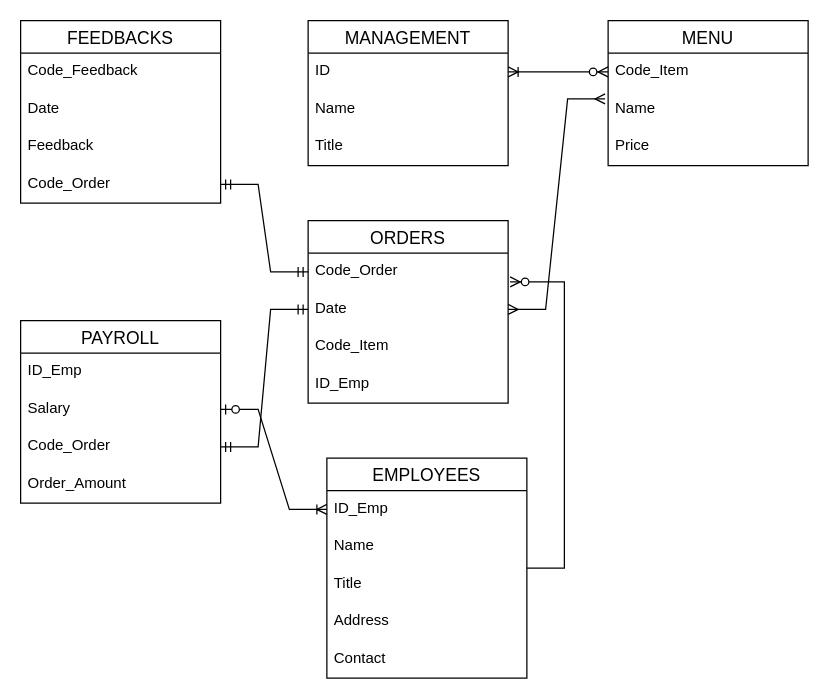
ysebega/ysebega keeps this draw.io diagram as page "ER Diagram" (5 of 5) of canteen_management.drawio. Above is the earlier version. Source tidied: cells renumbered, new cells numbered last; positions are measured from the earlier drawing's top-left corner, leaving out a move shared by most shapes. Both pictures are drawn from the tidied source at 125%, with x=0, y=0 at pixel (20, 20).
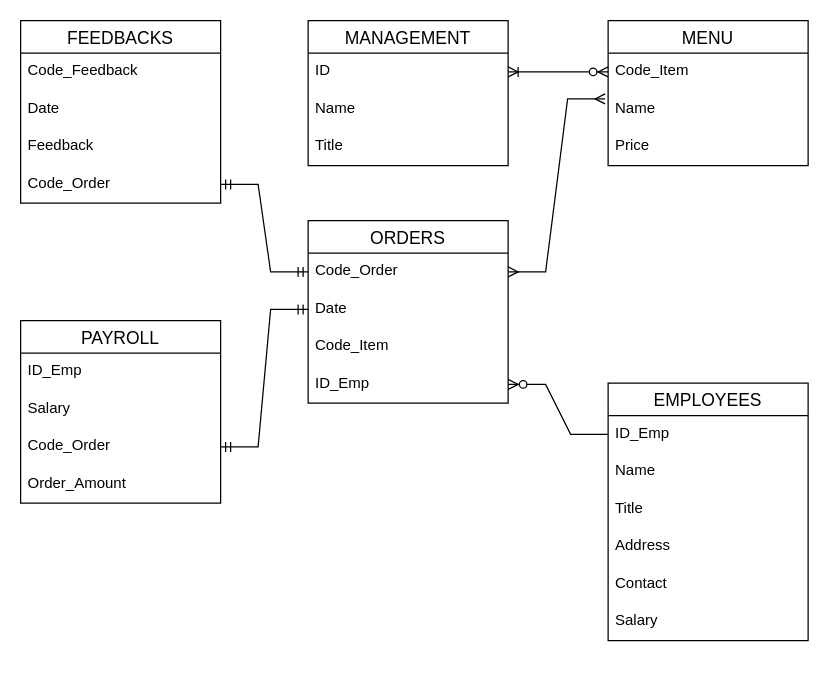
The same page after the edit.

Unchanged cells that the change refers to:
```xml
<mxCell id="3" value="ID_Emp" style="text;strokeColor=none;fillColor=none;spacingLeft=4;spacingRight=4;overflow=hidden;points=[[0,0.5],[1,0.5]];portConstraint=eastwest;fontSize=12;" parent="2" vertex="1">
  <mxGeometry y="26" width="160" height="30" as="geometry" />
</mxCell>
<mxCell id="9" value="Code_Order" style="text;strokeColor=none;fillColor=none;spacingLeft=4;spacingRight=4;overflow=hidden;points=[[0,0.5],[1,0.5]];portConstraint=eastwest;fontSize=12;" parent="8" vertex="1">
  <mxGeometry y="26" width="160" height="30" as="geometry" />
</mxCell>
<mxCell id="10" value="Date" style="text;strokeColor=none;fillColor=none;spacingLeft=4;spacingRight=4;overflow=hidden;points=[[0,0.5],[1,0.5]];portConstraint=eastwest;fontSize=12;" parent="8" vertex="1">
  <mxGeometry y="56" width="160" height="30" as="geometry" />
</mxCell>
<mxCell id="12" value="ID_Emp" style="text;strokeColor=none;fillColor=none;spacingLeft=4;spacingRight=4;overflow=hidden;points=[[0,0.5],[1,0.5]];portConstraint=eastwest;fontSize=12;" parent="8" vertex="1">
  <mxGeometry y="116" width="160" height="30" as="geometry" />
</mxCell>
<mxCell id="15" value="Name" style="text;strokeColor=none;fillColor=none;spacingLeft=4;spacingRight=4;overflow=hidden;points=[[0,0.5],[1,0.5]];portConstraint=eastwest;fontSize=12;" parent="13" vertex="1">
  <mxGeometry y="56" width="160" height="30" as="geometry" />
</mxCell>
<mxCell id="32" value="Salary" style="text;strokeColor=none;fillColor=none;spacingLeft=4;spacingRight=4;overflow=hidden;points=[[0,0.5],[1,0.5]];portConstraint=eastwest;fontSize=12;" parent="30" vertex="1">
  <mxGeometry y="56" width="160" height="30" as="geometry" />
</mxCell>
```

Diff of the diagram source:
```diff
@@
     <mxCell id="2" value="EMPLOYEES" style="swimlane;fontStyle=0;horizontal=1;startSize=26;align=center;fontSize=14;" parent="1" vertex="1">
-      <mxGeometry x="245" y="350" width="160" height="176" as="geometry" />
+      <mxGeometry x="470" y="290" width="160" height="206" as="geometry" />
     </mxCell>
@@
+    <mxCell id="37" value="Salary" style="text;strokeColor=none;fillColor=none;spacingLeft=4;spacingRight=4;overflow=hidden;fontSize=12;" parent="2" vertex="1">
+      <mxGeometry y="176" width="160" height="30" as="geometry" />
+    </mxCell>
@@
-    <mxCell id="26" style="edgeStyle=entityRelationEdgeStyle;fontSize=12;html=1;endArrow=ERzeroToMany;endFill=1;rounded=0;entryX=1.01;entryY=0.767;entryDx=0;entryDy=0;entryPerimeter=0;" parent="1" edge="1" source="2" target="9">
+    <mxCell id="26" style="edgeStyle=entityRelationEdgeStyle;fontSize=12;html=1;endArrow=ERzeroToMany;endFill=1;rounded=0;" parent="1" edge="1" source="3" target="12">
       <mxGeometry relative="1" as="geometry" />
     </mxCell>
-    <mxCell id="27" style="edgeStyle=entityRelationEdgeStyle;fontSize=12;html=1;endArrow=ERmany;startArrow=ERmany;rounded=0;exitX=1;exitY=0.5;exitDx=0;exitDy=0;entryX=-0.015;entryY=0.22;entryDx=0;entryDy=0;entryPerimeter=0;" parent="1" edge="1" source="10" target="15">
+    <mxCell id="27" style="edgeStyle=entityRelationEdgeStyle;fontSize=12;html=1;endArrow=ERmany;startArrow=ERmany;rounded=0;entryX=-0.015;entryY=0.22;entryDx=0;entryDy=0;entryPerimeter=0;" parent="1" edge="1" source="9" target="15">
       <mxGeometry relative="1" as="geometry" />
     </mxCell>
@@
-    <mxCell id="35" style="edgeStyle=entityRelationEdgeStyle;fontSize=12;html=1;endArrow=ERoneToMany;startArrow=ERzeroToOne;rounded=0;entryX=0;entryY=0.5;entryDx=0;entryDy=0;exitX=1;exitY=0.5;exitDx=0;exitDy=0;" parent="1" edge="1" source="32" target="3">
-      <mxGeometry relative="1" as="geometry" />
-    </mxCell>
```
